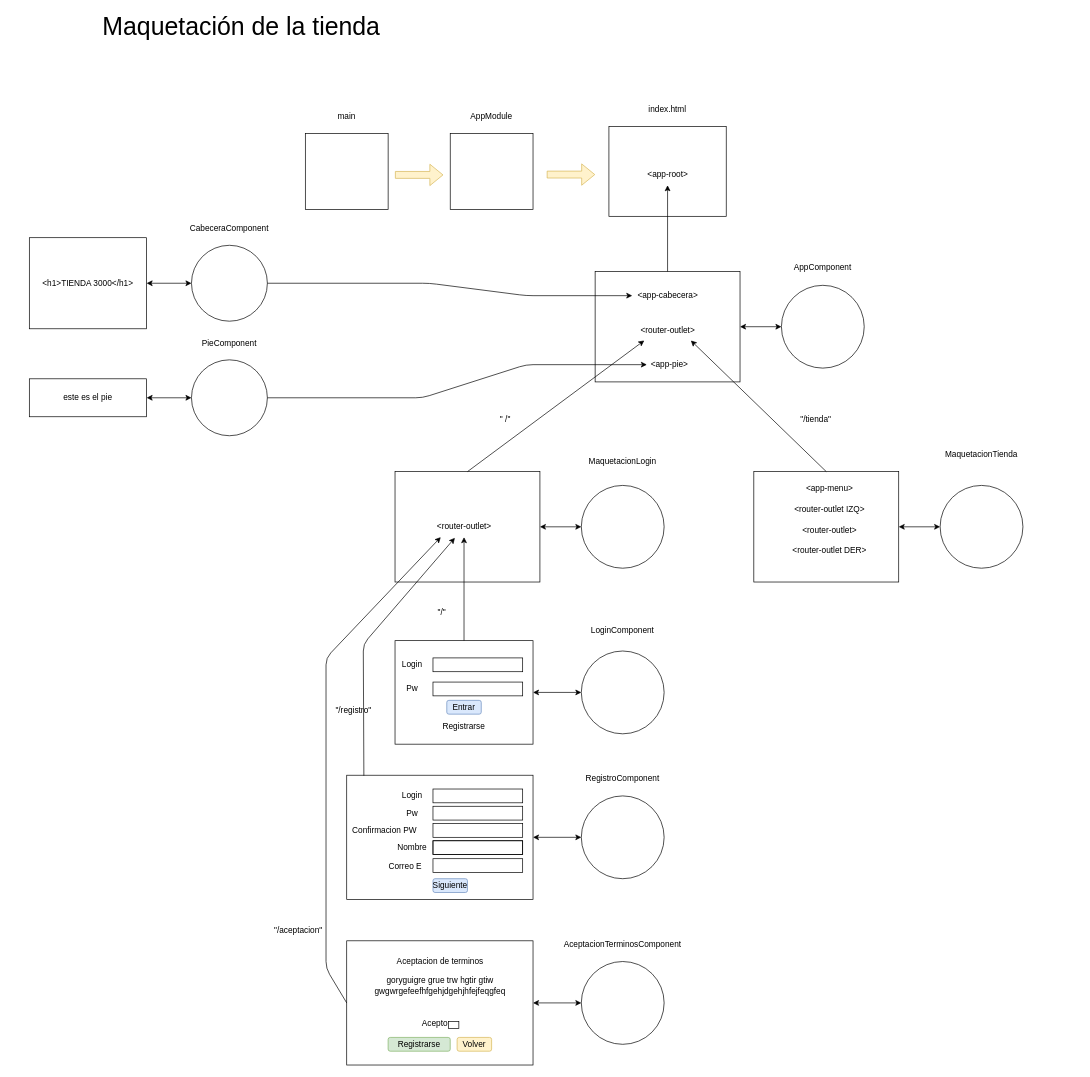
Above: page "Página-39" (38 of 41) of dibujos.drawio in lrag/MEAN_2021_2 (draw.io), before the change. Source tidied: cells renumbered, new cells numbered last; positions are measured from the earlier drawing's top-left corner, leaving out a move shared by most shapes. Both pictures are drawn from the tidied source at 69%, with x=0, y=0 at pixel (12, 16).
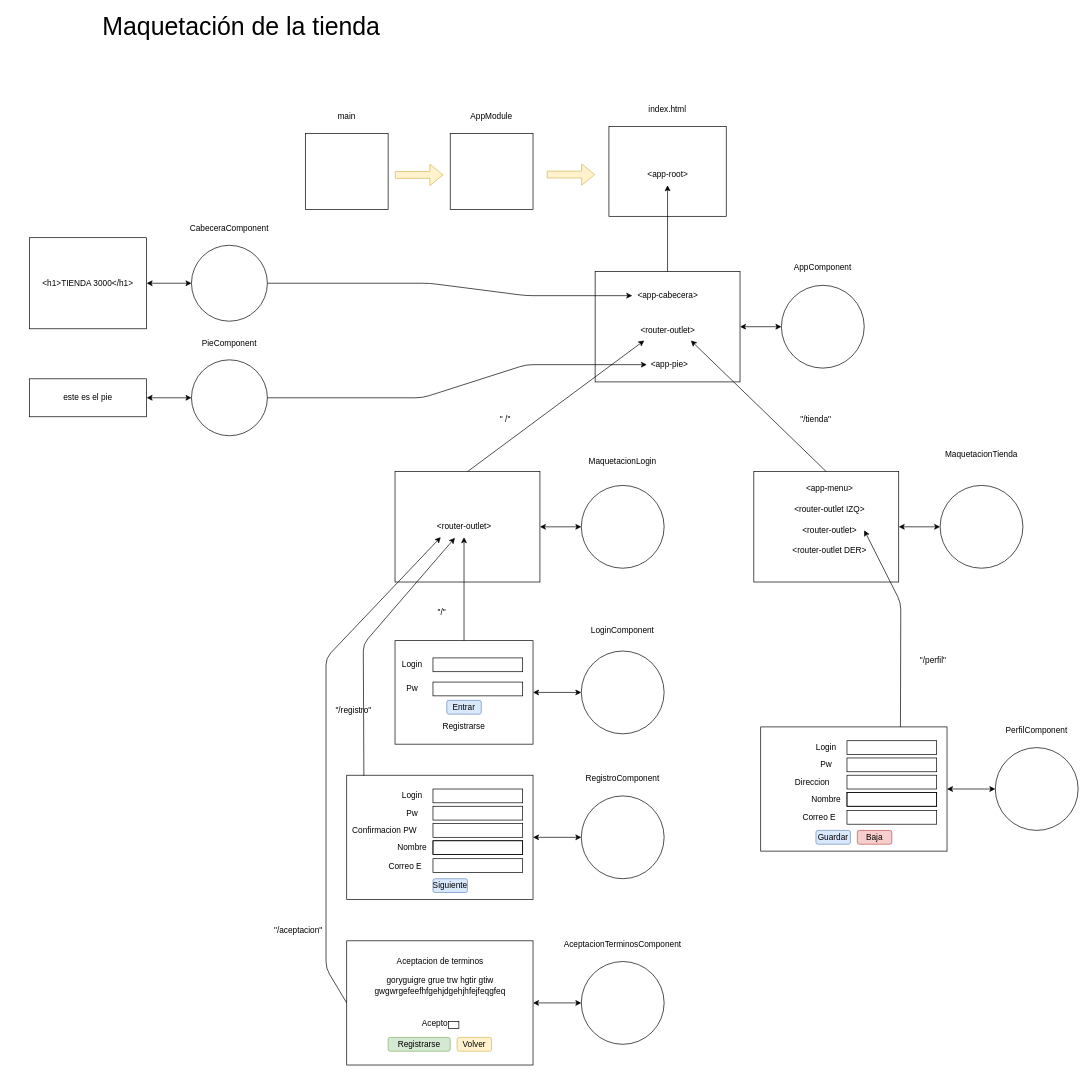
Above is the later version.

The change refers to these unchanged cells:
```xml
<mxCell id="26" value="&amp;lt;router-outlet&amp;gt;" style="text;html=1;strokeColor=none;fillColor=none;align=center;verticalAlign=middle;whiteSpace=wrap;rounded=0;" parent="1" vertex="1">
  <mxGeometry x="1135" y="730" width="100" height="30" as="geometry" />
</mxCell>
```

Diff of the diagram source:
```diff
@@
+    <mxCell id="92" style="ellipse;whiteSpace=wrap;html=1;strokeColor=default;fillColor=none;" parent="1" vertex="1">
+      <mxGeometry x="1425" y="1060" width="120" height="120" as="geometry" />
+    </mxCell>
+    <mxCell id="93" style="rounded=0;whiteSpace=wrap;html=1;strokeColor=default;fillColor=none;" parent="1" vertex="1">
+      <mxGeometry x="1085" y="1030" width="270" height="180" as="geometry" />
+    </mxCell>
+    <mxCell id="94" style="endArrow=classic;startArrow=classic;html=1;rounded=1;strokeColor=#000000;strokeWidth=1;exitX=1;exitY=0.5;exitDx=0;exitDy=0;" parent="1" edge="1" source="93" target="92">
+      <mxGeometry relative="1" as="geometry" />
+    </mxCell>
+    <mxCell id="95" style="edgeStyle=none;rounded=1;orthogonalLoop=1;jettySize=auto;html=1;exitX=0;exitY=0;exitDx=0;exitDy=0;" parent="1" edge="1" source="93" target="93">
+      <mxGeometry relative="1" as="geometry" />
+    </mxCell>
+    <mxCell id="96" style="rounded=0;whiteSpace=wrap;html=1;fillColor=none;" parent="1" vertex="1">
+      <mxGeometry x="1210" y="1050" width="130" height="20" as="geometry" />
+    </mxCell>
+    <mxCell id="97" style="rounded=0;whiteSpace=wrap;html=1;fillColor=none;" parent="1" vertex="1">
+      <mxGeometry x="1210" y="1075" width="130" height="20" as="geometry" />
+    </mxCell>
+    <mxCell id="98" value="Login" style="text;html=1;strokeColor=none;fillColor=none;align=center;verticalAlign=middle;whiteSpace=wrap;rounded=0;" parent="1" vertex="1">
+      <mxGeometry x="1160" y="1050" width="40" height="20" as="geometry" />
+    </mxCell>
+    <mxCell id="99" value="Pw" style="text;html=1;strokeColor=none;fillColor=none;align=center;verticalAlign=middle;whiteSpace=wrap;rounded=0;" parent="1" vertex="1">
+      <mxGeometry x="1160" y="1075" width="40" height="20" as="geometry" />
+    </mxCell>
+    <mxCell id="100" value="Guardar" style="rounded=1;whiteSpace=wrap;html=1;fillColor=#dae8fc;strokeColor=#6c8ebf;" parent="1" vertex="1">
+      <mxGeometry x="1165" y="1180" width="50" height="20" as="geometry" />
+    </mxCell>
+    <mxCell id="101" style="rounded=0;whiteSpace=wrap;html=1;fillColor=none;" parent="1" vertex="1">
+      <mxGeometry x="1210" y="1100" width="130" height="20" as="geometry" />
+    </mxCell>
+    <mxCell id="102" value="Direccion" style="text;html=1;strokeColor=none;fillColor=none;align=center;verticalAlign=middle;whiteSpace=wrap;rounded=0;" parent="1" vertex="1">
+      <mxGeometry x="1120" y="1100" width="80" height="20" as="geometry" />
+    </mxCell>
+    <mxCell id="103" style="rounded=0;whiteSpace=wrap;html=1;fillColor=none;" parent="1" vertex="1">
+      <mxGeometry x="1210" y="1125" width="130" height="20" as="geometry" />
+    </mxCell>
+    <mxCell id="104" value="Nombre" style="text;html=1;strokeColor=none;fillColor=none;align=center;verticalAlign=middle;whiteSpace=wrap;rounded=0;" parent="1" vertex="1">
+      <mxGeometry x="1160" y="1125" width="40" height="20" as="geometry" />
+    </mxCell>
+    <mxCell id="105" style="rounded=0;whiteSpace=wrap;html=1;fillColor=none;" parent="1" vertex="1">
+      <mxGeometry x="1210" y="1125" width="130" height="20" as="geometry" />
+    </mxCell>
+    <mxCell id="106" value="Correo E" style="text;html=1;strokeColor=none;fillColor=none;align=center;verticalAlign=middle;whiteSpace=wrap;rounded=0;" parent="1" vertex="1">
+      <mxGeometry x="1140" y="1152" width="60" height="20" as="geometry" />
+    </mxCell>
+    <mxCell id="107" style="rounded=0;whiteSpace=wrap;html=1;fillColor=none;" parent="1" vertex="1">
+      <mxGeometry x="1210" y="1151" width="130" height="20" as="geometry" />
+    </mxCell>
+    <mxCell id="108" value="PerfilComponent" style="text;html=1;strokeColor=none;fillColor=none;align=center;verticalAlign=middle;whiteSpace=wrap;rounded=0;" parent="1" vertex="1">
+      <mxGeometry x="1455" y="1020" width="60" height="30" as="geometry" />
+    </mxCell>
+    <mxCell id="109" value="Baja" style="rounded=1;whiteSpace=wrap;html=1;fillColor=#f8cecc;strokeColor=#b85450;" parent="1" vertex="1">
+      <mxGeometry x="1225" y="1180" width="50" height="20" as="geometry" />
+    </mxCell>
+    <mxCell id="110" style="endArrow=classic;html=1;rounded=1;exitX=0.75;exitY=0;exitDx=0;exitDy=0;entryX=1;entryY=0.5;entryDx=0;entryDy=0;" parent="1" edge="1" source="93" target="26">
+      <mxGeometry relative="1" as="geometry">
+        <Array as="points">
+          <mxPoint x="1288" y="850" />
+        </Array>
+      </mxGeometry>
+    </mxCell>
+    <mxCell id="111" value="&quot;/perfil&quot;" style="text;html=1;strokeColor=none;fillColor=none;align=center;verticalAlign=middle;whiteSpace=wrap;rounded=0;" parent="1" vertex="1">
+      <mxGeometry x="1305" y="919" width="60" height="30" as="geometry" />
+    </mxCell>
```
